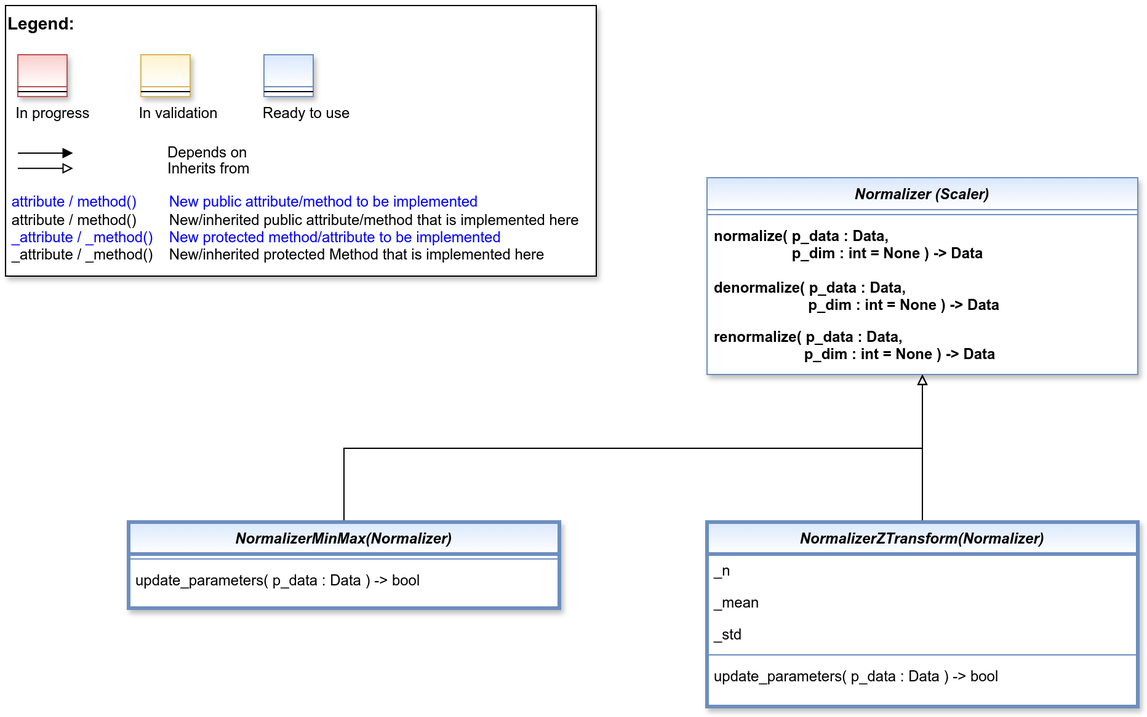
Before: doc/rtd/content/99_appendices/appendix2/sub/mlpro_bf/layer2_mathematics/images/MLPro-BF-Math-Normalizers_class_diagram.drawio.png, a diagram exported from draw.io (fhswf/MLPro). Source tidied: cells renumbered, new cells last; positions are measured from the earlier drawing's top-left corner, leaving out a move shared by most shapes.
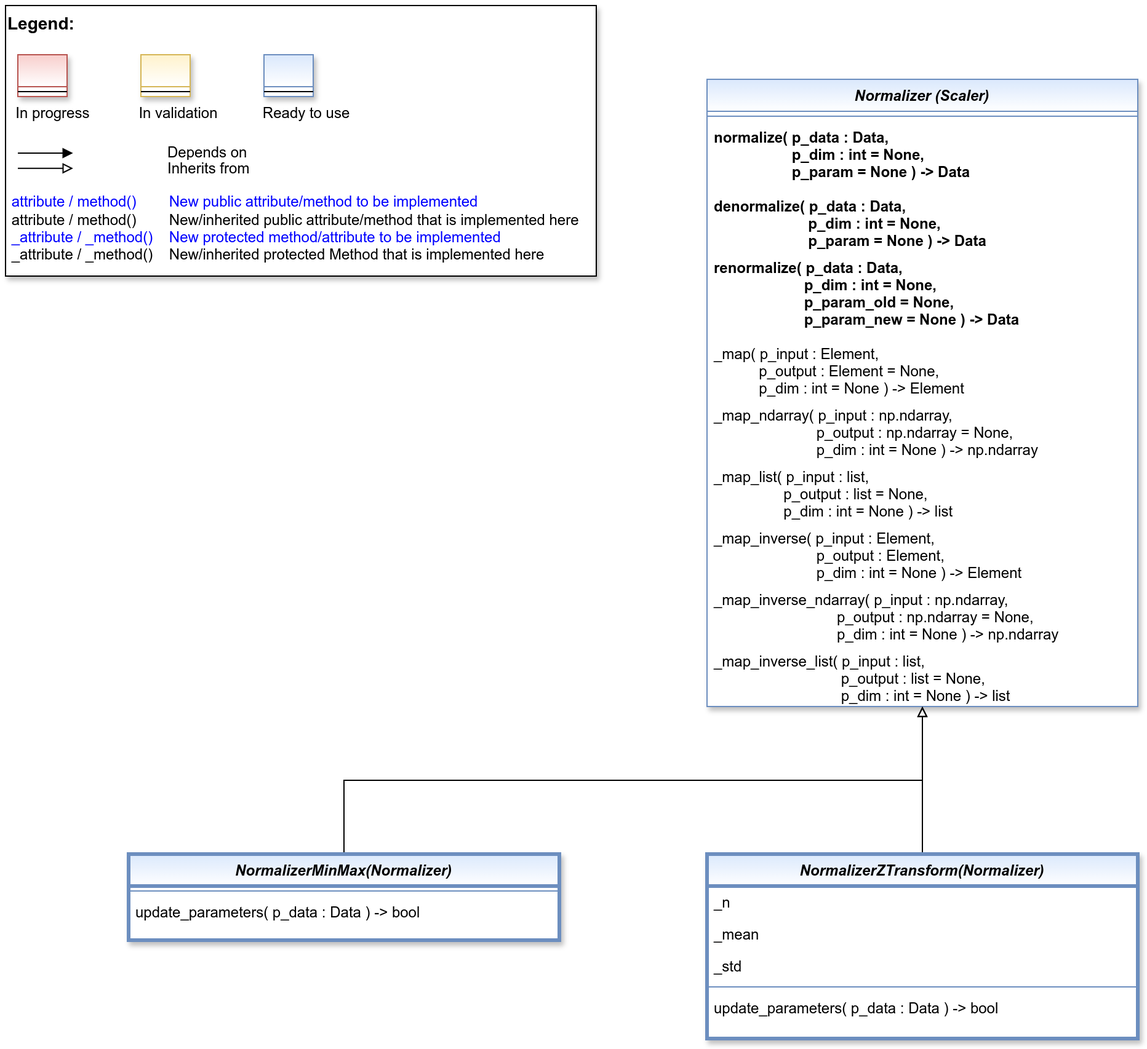
After the change.

Commit message:
BF-Math: Extensions to the Function template #1221

Change to the diagram source:
```diff
@@ -5,3 +5,3 @@
     <mxCell id="2" value="Normalizer (Scaler)" style="swimlane;fontStyle=3;align=center;verticalAlign=top;horizontal=1;startSize=26;rounded=0;shadow=1;strokeWidth=1;fillColor=#dae8fc;strokeColor=#6c8ebf;swimlaneFillColor=#FFFFFF;gradientColor=#FFFFFF;" parent="1" vertex="1">
-      <mxGeometry x="570" y="140" width="350" height="160" as="geometry" />
+      <mxGeometry x="570" y="60" width="350" height="510" as="geometry" />
     </mxCell>
@@ -10,90 +10,108 @@
     </mxCell>
-    <mxCell id="4" value="normalize( p_data : Data, &#10;                   p_dim : int = None ) -&gt; Data" style="text;align=left;verticalAlign=top;spacingLeft=4;spacingRight=4;overflow=hidden;fontColor=default;fontStyle=1;" parent="2" vertex="1">
-      <mxGeometry y="34" width="350" height="42" as="geometry" />
+    <mxCell id="4" value="normalize( p_data : Data, &#10;                   p_dim : int = None,&#10;                   p_param = None ) -&gt; Data" style="text;align=left;verticalAlign=top;spacingLeft=4;spacingRight=4;overflow=hidden;fontColor=default;fontStyle=1;" parent="2" vertex="1">
+      <mxGeometry y="34" width="350" height="56" as="geometry" />
     </mxCell>
-    <mxCell id="5" value="denormalize( p_data : Data, &#10;                       p_dim : int = None ) -&gt; Data" style="text;align=left;verticalAlign=top;spacingLeft=4;spacingRight=4;overflow=hidden;fontColor=default;fontStyle=1;" parent="2" vertex="1">
-      <mxGeometry y="76" width="350" height="40" as="geometry" />
+    <mxCell id="5" value="denormalize( p_data : Data, &#10;                       p_dim : int = None,&#10;                       p_param = None ) -&gt; Data" style="text;align=left;verticalAlign=top;spacingLeft=4;spacingRight=4;overflow=hidden;fontColor=default;fontStyle=1;" parent="2" vertex="1">
+      <mxGeometry y="90" width="350" height="50" as="geometry" />
     </mxCell>
-    <mxCell id="6" value="renormalize( p_data : Data, &#10;                      p_dim : int = None ) -&gt; Data" style="text;align=left;verticalAlign=top;spacingLeft=4;spacingRight=4;overflow=hidden;fontColor=default;fontStyle=1;" parent="2" vertex="1">
-      <mxGeometry y="116" width="350" height="40" as="geometry" />
+    <mxCell id="6" value="renormalize( p_data : Data, &#10;                      p_dim : int = None,&#10;                      p_param_old = None,&#10;                      p_param_new = None ) -&gt; Data" style="text;align=left;verticalAlign=top;spacingLeft=4;spacingRight=4;overflow=hidden;fontColor=default;fontStyle=1;" parent="2" vertex="1">
+      <mxGeometry y="140" width="350" height="70" as="geometry" />
     </mxCell>
-    <mxCell id="7" style="edgeStyle=orthogonalEdgeStyle;rounded=0;jettySize=auto;html=1;endArrow=block;endFill=0;" parent="1" edge="1" source="8" target="2">
-      <mxGeometry relative="1" as="geometry">
-        <Array as="points">
-          <mxPoint x="275" y="360" />
-          <mxPoint x="745" y="360" />
-        </Array>
-      </mxGeometry>
+    <mxCell id="7" value="_map( p_input : Element, &#10;           p_output : Element = None,&#10;           p_dim : int = None ) -&gt; Element" style="text;align=left;verticalAlign=top;spacingLeft=4;spacingRight=4;overflow=hidden;fontColor=default;" parent="2" vertex="1">
+      <mxGeometry y="210" width="350" height="50" as="geometry" />
     </mxCell>
-    <mxCell id="8" value="NormalizerMinMax(Normalizer)" style="swimlane;fontStyle=3;align=center;verticalAlign=top;horizontal=1;startSize=26;rounded=0;shadow=1;strokeWidth=3;fillColor=#dae8fc;strokeColor=#6c8ebf;gradientColor=#FFFFFF;swimlaneFillColor=#FFFFFF;" parent="1" vertex="1">
-      <mxGeometry x="100" y="420" width="350" height="70" as="geometry" />
+    <mxCell id="8" value="_map_ndarray( p_input : np.ndarray, &#10;                         p_output : np.ndarray = None,&#10;                         p_dim : int = None ) -&gt; np.ndarray" style="text;align=left;verticalAlign=top;spacingLeft=4;spacingRight=4;overflow=hidden;points=[[0,0.5],[1,0.5]];portConstraint=eastwest;fontColor=default;" parent="2" vertex="1">
+      <mxGeometry y="260" width="350" height="50" as="geometry" />
     </mxCell>
-    <mxCell id="9" style="line;html=1;strokeWidth=1;align=left;verticalAlign=middle;spacingTop=-1;spacingLeft=3;spacingRight=3;labelPosition=right;fillColor=#dae8fc;strokeColor=#6c8ebf;" parent="8" vertex="1">
-      <mxGeometry y="26" width="350" height="8" as="geometry" />
+    <mxCell id="9" value="_map_list( p_input : list, &#10;                 p_output : list = None,&#10;                 p_dim : int = None ) -&gt; list" style="text;align=left;verticalAlign=top;spacingLeft=4;spacingRight=4;overflow=hidden;fontColor=default;" parent="2" vertex="1">
+      <mxGeometry y="310" width="350" height="50" as="geometry" />
     </mxCell>
-    <mxCell id="10" value="update_parameters( p_data : Data ) -&gt; bool" style="text;align=left;verticalAlign=top;spacingLeft=4;spacingRight=4;overflow=hidden;fontColor=default;whiteSpace=wrap;" parent="8" vertex="1">
-      <mxGeometry y="34" width="350" height="28" as="geometry" />
+    <mxCell id="10" value="_map_inverse( p_input : Element, &#10;                         p_output : Element,&#10;                         p_dim : int = None ) -&gt; Element" style="text;align=left;verticalAlign=top;spacingLeft=4;spacingRight=4;overflow=hidden;fontColor=default;" parent="2" vertex="1">
+      <mxGeometry y="360" width="350" height="50" as="geometry" />
     </mxCell>
-    <mxCell id="11" style="edgeStyle=orthogonalEdgeStyle;rounded=0;jettySize=auto;html=1;endArrow=block;endFill=0;" parent="1" edge="1" source="12" target="2">
-      <mxGeometry relative="1" as="geometry" />
+    <mxCell id="11" value="_map_inverse_ndarray( p_input : np.ndarray, &#10;                              p_output : np.ndarray = None,&#10;                              p_dim : int = None ) -&gt; np.ndarray" style="text;align=left;verticalAlign=top;spacingLeft=4;spacingRight=4;overflow=hidden;fontColor=default;" parent="2" vertex="1">
+      <mxGeometry y="410" width="350" height="50" as="geometry" />
     </mxCell>
-    <mxCell id="12" value="NormalizerZTransform(Normalizer)" style="swimlane;fontStyle=3;align=center;verticalAlign=top;horizontal=1;startSize=26;rounded=0;shadow=1;strokeWidth=3;fillColor=#dae8fc;strokeColor=#6c8ebf;gradientColor=#FFFFFF;swimlaneFillColor=#FFFFFF;" parent="1" vertex="1">
-      <mxGeometry x="570" y="420" width="350" height="150" as="geometry" />
+    <mxCell id="12" value="_map_inverse_list( p_input : list, &#10;                               p_output : list = None,&#10;                               p_dim : int = None ) -&gt; list" style="text;align=left;verticalAlign=top;spacingLeft=4;spacingRight=4;overflow=hidden;points=[[0,0.5],[1,0.5]];portConstraint=eastwest;fontColor=default;" parent="2" vertex="1">
+      <mxGeometry y="460" width="350" height="50" as="geometry" />
     </mxCell>
-    <mxCell id="13" value="_n" style="text;align=left;verticalAlign=top;spacingLeft=4;spacingRight=4;overflow=hidden;rounded=0;shadow=0;html=0;" parent="12" vertex="1">
-      <mxGeometry y="26" width="350" height="26" as="geometry" />
+    <mxCell id="13" style="edgeStyle=orthogonalEdgeStyle;rounded=0;jettySize=auto;html=1;endArrow=block;endFill=0;" parent="1" edge="1" source="14" target="2">
+      <mxGeometry relative="1" as="geometry">
+        <Array as="points">
+          <mxPoint x="275" y="630" />
+          <mxPoint x="745" y="630" />
+        </Array>
+      </mxGeometry>
     </mxCell>
-    <mxCell id="14" value="_mean" style="text;align=left;verticalAlign=top;spacingLeft=4;spacingRight=4;overflow=hidden;points=[[0,0.5],[1,0.5]];portConstraint=eastwest;rounded=0;shadow=0;html=0;" parent="12" vertex="1">
-      <mxGeometry y="52" width="350" height="26" as="geometry" />
+    <mxCell id="14" value="NormalizerMinMax(Normalizer)" style="swimlane;fontStyle=3;align=center;verticalAlign=top;horizontal=1;startSize=26;rounded=0;shadow=1;strokeWidth=3;fillColor=#dae8fc;strokeColor=#6c8ebf;gradientColor=#FFFFFF;swimlaneFillColor=#FFFFFF;" parent="1" vertex="1">
+      <mxGeometry x="100" y="690" width="350" height="70" as="geometry" />
     </mxCell>
-    <mxCell id="15" value="_std" style="text;align=left;verticalAlign=top;spacingLeft=4;spacingRight=4;overflow=hidden;rounded=0;shadow=0;html=0;" parent="12" vertex="1">
-      <mxGeometry y="78" width="350" height="26" as="geometry" />
+    <mxCell id="15" style="line;html=1;strokeWidth=1;align=left;verticalAlign=middle;spacingTop=-1;spacingLeft=3;spacingRight=3;labelPosition=right;fillColor=#dae8fc;strokeColor=#6c8ebf;" parent="14" vertex="1">
+      <mxGeometry y="26" width="350" height="8" as="geometry" />
     </mxCell>
-    <mxCell id="16" style="line;html=1;strokeWidth=1;align=left;verticalAlign=middle;spacingTop=-1;spacingLeft=3;spacingRight=3;labelPosition=right;fillColor=#dae8fc;strokeColor=#6c8ebf;gradientColor=#FFFFFF;" parent="12" vertex="1">
-      <mxGeometry y="104" width="350" height="8" as="geometry" />
+    <mxCell id="16" value="update_parameters( p_data : Data ) -&gt; bool" style="text;align=left;verticalAlign=top;spacingLeft=4;spacingRight=4;overflow=hidden;fontColor=default;whiteSpace=wrap;" parent="14" vertex="1">
+      <mxGeometry y="34" width="350" height="28" as="geometry" />
     </mxCell>
-    <mxCell id="17" value="update_parameters( p_data : Data ) -&gt; bool" style="text;align=left;verticalAlign=top;spacingLeft=4;spacingRight=4;overflow=hidden;fontColor=default;whiteSpace=wrap;" parent="12" vertex="1">
-      <mxGeometry y="112" width="350" height="28" as="geometry" />
+    <mxCell id="17" style="edgeStyle=orthogonalEdgeStyle;rounded=0;jettySize=auto;html=1;endArrow=block;endFill=0;" parent="1" edge="1" source="18" target="2">
+      <mxGeometry relative="1" as="geometry" />
     </mxCell>
-    <mxCell id="18" style="group;" parent="1" vertex="1">
-      <mxGeometry width="480" height="220" as="geometry" />
+    <mxCell id="18" value="NormalizerZTransform(Normalizer)" style="swimlane;fontStyle=3;align=center;verticalAlign=top;horizontal=1;startSize=26;rounded=0;shadow=1;strokeWidth=3;fillColor=#dae8fc;strokeColor=#6c8ebf;gradientColor=#FFFFFF;swimlaneFillColor=#FFFFFF;" parent="1" vertex="1">
+      <mxGeometry x="570" y="690" width="350" height="150" as="geometry" />
     </mxCell>
-    <mxCell id="19" value="&lt;font color=&quot;#000000&quot; size=&quot;1&quot;&gt;&lt;b style=&quot;font-size: 14px&quot;&gt;Legend:&lt;br&gt;&lt;/b&gt;&lt;/font&gt;&lt;br&gt;&lt;br&gt;&lt;br&gt;&lt;font color=&quot;#0000ff&quot; style=&quot;font-size: 6px&quot;&gt;&lt;br&gt;&lt;/font&gt;&lt;span style=&quot;color: rgb(0 , 0 , 0)&quot;&gt;&lt;font style=&quot;font-size: 4px&quot;&gt;&amp;nbsp; &amp;nbsp;&lt;/font&gt;&amp;nbsp;In progress&amp;nbsp; &amp;nbsp; &amp;nbsp; &amp;nbsp; &amp;nbsp; &amp;nbsp; In validation&amp;nbsp; &amp;nbsp; &amp;nbsp; &amp;nbsp; &amp;nbsp; &amp;nbsp;Ready to use&lt;/span&gt;&lt;font color=&quot;#000000&quot;&gt;&amp;nbsp;&lt;br&gt;&lt;/font&gt;&lt;font color=&quot;#0000ff&quot;&gt;&lt;br&gt;&lt;br&gt;&lt;br&gt;&lt;br&gt;&amp;nbsp;attribute / method()&amp;nbsp; &amp;nbsp; &amp;nbsp; &amp;nbsp; New public attribute/method to be implemented&lt;/font&gt;&lt;br&gt;&lt;font color=&quot;#000000&quot;&gt;&amp;nbsp;&lt;/font&gt;&lt;font color=&quot;#000000&quot;&gt;attribute / method()&lt;span&gt;&#9;&lt;/span&gt;&amp;nbsp; &amp;nbsp; &amp;nbsp; &amp;nbsp;New/inherited public attribute/method that is implemented here&lt;br&gt;&lt;/font&gt;&lt;font color=&quot;#0000ff&quot;&gt;&amp;nbsp;_attribute /&amp;nbsp;&lt;/font&gt;&lt;font color=&quot;#0000ff&quot;&gt;_method()&amp;nbsp; &amp;nbsp; New protected method/attribute to be implemented&lt;/font&gt;&lt;br&gt;&lt;font color=&quot;#000000&quot;&gt;&amp;nbsp;_attribute / _method()&amp;nbsp; &amp;nbsp; New/inherited protected Method that is implemented here&lt;br&gt;&lt;/font&gt;&lt;font color=&quot;#000000&quot;&gt;&lt;br&gt;&lt;br&gt;&lt;br&gt;&lt;br&gt;&lt;br&gt;&lt;/font&gt;" style="text;html=1;align=left;verticalAlign=top;whiteSpace=wrap;rounded=0;fontColor=#006600;strokeColor=#000000;shadow=1;fillColor=#ffffff;" parent="18" vertex="1">
-      <mxGeometry width="480" height="220" as="geometry" />
+    <mxCell id="19" value="_n" style="text;align=left;verticalAlign=top;spacingLeft=4;spacingRight=4;overflow=hidden;rounded=0;shadow=0;html=0;" parent="18" vertex="1">
+      <mxGeometry y="26" width="350" height="26" as="geometry" />
     </mxCell>
-    <mxCell id="20" value="Depends on" style="endArrow=block;html=1;labelPosition=right;verticalLabelPosition=middle;align=left;verticalAlign=middle;endFill=1;fontSize=12;" parent="18" edge="1">
-      <mxGeometry x="-1590" y="-2180" as="geometry">
-        <mxPoint x="10" y="120" as="sourcePoint" />
-        <mxPoint x="54.8" y="120" as="targetPoint" />
-        <Array as="points">
-          <mxPoint x="30" y="120" />
-        </Array>
-        <mxPoint x="98" as="offset" />
-      </mxGeometry>
+    <mxCell id="20" value="_mean" style="text;align=left;verticalAlign=top;spacingLeft=4;spacingRight=4;overflow=hidden;rounded=0;shadow=0;html=0;" parent="18" vertex="1">
+      <mxGeometry y="52" width="350" height="26" as="geometry" />
     </mxCell>
-    <mxCell id="21" value="Inherits from" style="endArrow=block;html=1;labelPosition=right;verticalLabelPosition=middle;align=left;verticalAlign=middle;endFill=0;fontSize=12;" parent="18" edge="1">
-      <mxGeometry x="-1590" y="-2180" as="geometry">
-        <mxPoint x="10" y="132.4" as="sourcePoint" />
-        <mxPoint x="54.8" y="132.4" as="targetPoint" />
-        <mxPoint x="98" y="1" as="offset" />
-      </mxGeometry>
+    <mxCell id="21" value="_std" style="text;align=left;verticalAlign=top;spacingLeft=4;spacingRight=4;overflow=hidden;rounded=0;shadow=0;html=0;" parent="18" vertex="1">
+      <mxGeometry y="78" width="350" height="26" as="geometry" />
     </mxCell>
-    <mxCell id="22" style="swimlane;fontStyle=3;align=center;verticalAlign=top;horizontal=1;startSize=26;rounded=0;shadow=1;strokeWidth=1;fillColor=#f8cecc;strokeColor=#b85450;gradientColor=#ffffff;swimlaneFillColor=#ffffff;" parent="18" vertex="1">
-      <mxGeometry x="10" y="40" width="40" height="34" as="geometry" />
+    <mxCell id="22" style="line;html=1;strokeWidth=1;align=left;verticalAlign=middle;spacingTop=-1;spacingLeft=3;spacingRight=3;labelPosition=right;fillColor=#dae8fc;strokeColor=#6c8ebf;gradientColor=#FFFFFF;" parent="18" vertex="1">
+      <mxGeometry y="104" width="350" height="8" as="geometry" />
     </mxCell>
-    <mxCell id="23" style="line;html=1;strokeWidth=1;align=left;verticalAlign=middle;spacingTop=-1;spacingLeft=3;spacingRight=3;labelPosition=right;" parent="22" vertex="1">
-      <mxGeometry y="26" width="40" height="8" as="geometry" />
+    <mxCell id="23" value="update_parameters( p_data : Data ) -&gt; bool" style="text;align=left;verticalAlign=top;spacingLeft=4;spacingRight=4;overflow=hidden;fontColor=default;whiteSpace=wrap;" parent="18" vertex="1">
+      <mxGeometry y="112" width="350" height="28" as="geometry" />
     </mxCell>
-    <mxCell id="24" style="swimlane;fontStyle=3;align=center;verticalAlign=top;horizontal=1;startSize=26;rounded=0;shadow=1;strokeWidth=1;fillColor=#fff2cc;strokeColor=#d6b656;gradientColor=#ffffff;swimlaneFillColor=#ffffff;" parent="18" vertex="1">
-      <mxGeometry x="110" y="40" width="40" height="34" as="geometry" />
+    <mxCell id="24" style="group;" parent="1" vertex="1">
+      <mxGeometry width="480" height="220" as="geometry" />
     </mxCell>
-    <mxCell id="25" style="line;html=1;strokeWidth=1;align=left;verticalAlign=middle;spacingTop=-1;spacingLeft=3;spacingRight=3;labelPosition=right;" parent="24" vertex="1">
-      <mxGeometry y="26" width="40" height="8" as="geometry" />
+    <mxCell id="25" value="&lt;font color=&quot;#000000&quot; size=&quot;1&quot;&gt;&lt;b style=&quot;font-size: 14px&quot;&gt;Legend:&lt;br&gt;&lt;/b&gt;&lt;/font&gt;&lt;br&gt;&lt;br&gt;&lt;br&gt;&lt;font color=&quot;#0000ff&quot; style=&quot;font-size: 6px&quot;&gt;&lt;br&gt;&lt;/font&gt;&lt;span style=&quot;color: rgb(0 , 0 , 0)&quot;&gt;&lt;font style=&quot;font-size: 4px&quot;&gt;&amp;nbsp; &amp;nbsp;&lt;/font&gt;&amp;nbsp;In progress&amp;nbsp; &amp;nbsp; &amp;nbsp; &amp;nbsp; &amp;nbsp; &amp;nbsp; In validation&amp;nbsp; &amp;nbsp; &amp;nbsp; &amp;nbsp; &amp;nbsp; &amp;nbsp;Ready to use&lt;/span&gt;&lt;font color=&quot;#000000&quot;&gt;&amp;nbsp;&lt;br&gt;&lt;/font&gt;&lt;font color=&quot;#0000ff&quot;&gt;&lt;br&gt;&lt;br&gt;&lt;br&gt;&lt;br&gt;&amp;nbsp;attribute / method()&amp;nbsp; &amp;nbsp; &amp;nbsp; &amp;nbsp; New public attribute/method to be implemented&lt;/font&gt;&lt;br&gt;&lt;font color=&quot;#000000&quot;&gt;&amp;nbsp;&lt;/font&gt;&lt;font color=&quot;#000000&quot;&gt;attribute / method()&lt;span&gt;&#9;&lt;/span&gt;&amp;nbsp; &amp;nbsp; &amp;nbsp; &amp;nbsp;New/inherited public attribute/method that is implemented here&lt;br&gt;&lt;/font&gt;&lt;font color=&quot;#0000ff&quot;&gt;&amp;nbsp;_attribute /&amp;nbsp;&lt;/font&gt;&lt;font color=&quot;#0000ff&quot;&gt;_method()&amp;nbsp; &amp;nbsp; New protected method/attribute to be implemented&lt;/font&gt;&lt;br&gt;&lt;font color=&quot;#000000&quot;&gt;&amp;nbsp;_attribute / _method()&amp;nbsp; &amp;nbsp; New/inherited protected Method that is implemented here&lt;br&gt;&lt;/font&gt;&lt;font color=&quot;#000000&quot;&gt;&lt;br&gt;&lt;br&gt;&lt;br&gt;&lt;br&gt;&lt;br&gt;&lt;/font&gt;" style="text;html=1;align=left;verticalAlign=top;whiteSpace=wrap;rounded=0;fontColor=#006600;strokeColor=#000000;shadow=1;fillColor=#ffffff;" parent="24" vertex="1">
+      <mxGeometry width="480" height="220" as="geometry" />
     </mxCell>
-    <mxCell id="26" style="swimlane;fontStyle=3;align=center;verticalAlign=top;horizontal=1;startSize=26;rounded=0;shadow=1;strokeWidth=1;fillColor=#dae8fc;strokeColor=#6c8ebf;gradientColor=#ffffff;swimlaneFillColor=#ffffff;" parent="18" vertex="1">
-      <mxGeometry x="210" y="40" width="40" height="34" as="geometry" />
+    <mxCell id="26" value="Depends on" style="endArrow=block;html=1;labelPosition=right;verticalLabelPosition=middle;align=left;verticalAlign=middle;endFill=1;fontSize=12;" parent="24" edge="1">
+      <mxGeometry x="-1590" y="-2180" as="geometry">
+        <mxPoint x="10" y="120" as="sourcePoint" />
+        <mxPoint x="54.8" y="120" as="targetPoint" />
+        <Array as="points">
+          <mxPoint x="30" y="120" />
+        </Array>
+        <mxPoint x="98" as="offset" />
+      </mxGeometry>
     </mxCell>
-    <mxCell id="27" style="line;html=1;strokeWidth=1;align=left;verticalAlign=middle;spacingTop=-1;spacingLeft=3;spacingRight=3;labelPosition=right;" parent="26" vertex="1">
-      <mxGeometry y="26" width="40" height="8" as="geometry" />
+    <mxCell id="27" value="Inherits from" style="endArrow=block;html=1;labelPosition=right;verticalLabelPosition=middle;align=left;verticalAlign=middle;endFill=0;fontSize=12;" parent="24" edge="1">
+      <mxGeometry x="-1590" y="-2180" as="geometry">
+        <mxPoint x="10" y="132.4" as="sourcePoint" />
+        <mxPoint x="54.8" y="132.4" as="targetPoint" />
+        <mxPoint x="98" y="1" as="offset" />
+      </mxGeometry>
     </mxCell>
+    <mxCell id="28" style="swimlane;fontStyle=3;align=center;verticalAlign=top;horizontal=1;startSize=26;rounded=0;shadow=1;strokeWidth=1;fillColor=#f8cecc;strokeColor=#b85450;gradientColor=#ffffff;swimlaneFillColor=#ffffff;" parent="24" vertex="1">
+      <mxGeometry x="10" y="40" width="40" height="34" as="geometry" />
+    </mxCell>
+    <mxCell id="29" style="line;html=1;strokeWidth=1;align=left;verticalAlign=middle;spacingTop=-1;spacingLeft=3;spacingRight=3;labelPosition=right;" parent="28" vertex="1">
+      <mxGeometry y="26" width="40" height="8" as="geometry" />
+    </mxCell>
+    <mxCell id="30" style="swimlane;fontStyle=3;align=center;verticalAlign=top;horizontal=1;startSize=26;rounded=0;shadow=1;strokeWidth=1;fillColor=#fff2cc;strokeColor=#d6b656;gradientColor=#ffffff;swimlaneFillColor=#ffffff;" parent="24" vertex="1">
+      <mxGeometry x="110" y="40" width="40" height="34" as="geometry" />
+    </mxCell>
+    <mxCell id="31" style="line;html=1;strokeWidth=1;align=left;verticalAlign=middle;spacingTop=-1;spacingLeft=3;spacingRight=3;labelPosition=right;" parent="30" vertex="1">
+      <mxGeometry y="26" width="40" height="8" as="geometry" />
+    </mxCell>
+    <mxCell id="32" style="swimlane;fontStyle=3;align=center;verticalAlign=top;horizontal=1;startSize=26;rounded=0;shadow=1;strokeWidth=1;fillColor=#dae8fc;strokeColor=#6c8ebf;gradientColor=#ffffff;swimlaneFillColor=#ffffff;" parent="24" vertex="1">
+      <mxGeometry x="210" y="40" width="40" height="34" as="geometry" />
+    </mxCell>
+    <mxCell id="33" style="line;html=1;strokeWidth=1;align=left;verticalAlign=middle;spacingTop=-1;spacingLeft=3;spacingRight=3;labelPosition=right;" parent="32" vertex="1">
+      <mxGeometry y="26" width="40" height="8" as="geometry" />
+    </mxCell>
   </root>
```
